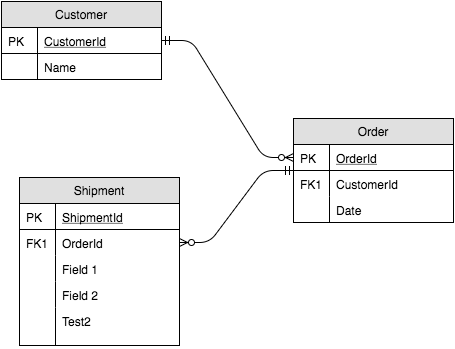
The draw.io diagram images/schema.png in SalvaBi4Group/image, before a commit. Source tidied: cells renumbered, new cells last; positions are measured from the earlier drawing's top-left corner, leaving out a move shared by most shapes.
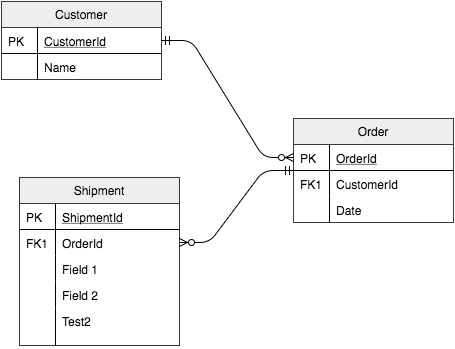
After the change.

Commit message:
Title background color changed

What changed in the source:
```diff
@@ -2,7 +2,7 @@
   <root>
     <mxCell id="0" />
     <mxCell id="1" parent="0" />
-    <mxCell id="2" value="Customer" style="swimlane;fontStyle=0;horizontal=1;startSize=26;fillColor=#e0e0e0;swimlaneFillColor=#ffffff;rounded=0;shadow=0;strokeWidth=1;" parent="1" vertex="1">
+    <mxCell id="2" value="Customer" style="swimlane;fontStyle=0;horizontal=1;startSize=26;fillColor=#eeeeee;swimlaneFillColor=#ffffff;rounded=0;shadow=0;strokeWidth=1;strokeColor=#36393d;" parent="1" vertex="1">
       <mxGeometry width="160" height="78" as="geometry" />
     </mxCell>
     <mxCell id="3" value="CustomerId" style="shape=partialRectangle;top=0;left=0;right=0;bottom=1;align=left;verticalAlign=top;fillColor=none;spacingLeft=40;spacingRight=4;overflow=hidden;points=[[0,0.5],[1,0.5]];portConstraint=eastwest;rounded=0;shadow=0;strokeWidth=1;fontStyle=4;" parent="2" vertex="1">
@@ -17,7 +17,7 @@
     <mxCell id="6" style="shape=partialRectangle;top=0;left=0;bottom=0;fillColor=none;align=left;verticalAlign=top;spacingLeft=4;spacingRight=4;overflow=hidden;" parent="5" vertex="1">
       <mxGeometry width="36" height="26" as="geometry" />
     </mxCell>
-    <mxCell id="7" value="Order" style="swimlane;fontStyle=0;horizontal=1;startSize=26;fillColor=#e0e0e0;swimlaneFillColor=#ffffff;rounded=0;shadow=0;strokeWidth=1;strokeColor=#000000;" parent="1" vertex="1">
+    <mxCell id="7" value="Order" style="swimlane;fontStyle=0;horizontal=1;startSize=26;fillColor=#eeeeee;swimlaneFillColor=#ffffff;rounded=0;shadow=0;strokeWidth=1;strokeColor=#36393d;" parent="1" vertex="1">
       <mxGeometry x="292" y="117" width="160" height="104" as="geometry" />
     </mxCell>
     <mxCell id="8" value="OrderId" style="shape=partialRectangle;top=0;left=0;right=0;bottom=1;align=left;verticalAlign=top;fillColor=none;spacingLeft=40;spacingRight=4;overflow=hidden;points=[[0,0.5],[1,0.5]];portConstraint=eastwest;rounded=0;shadow=0;strokeWidth=1;fontStyle=4;" parent="7" vertex="1">
@@ -41,7 +41,7 @@
     <mxCell id="14" style="edgeStyle=entityRelationEdgeStyle;endArrow=ERzeroToMany;startArrow=ERmandOne;shadow=0;strokeWidth=1;" parent="1" edge="1" source="3" target="8">
       <mxGeometry relative="1" as="geometry" />
     </mxCell>
-    <mxCell id="15" value="Shipment" style="swimlane;fontStyle=0;horizontal=1;startSize=26;fillColor=#e0e0e0;swimlaneFillColor=#ffffff;rounded=0;shadow=0;strokeWidth=1;" parent="1" vertex="1">
+    <mxCell id="15" value="Shipment" style="swimlane;fontStyle=0;horizontal=1;startSize=26;fillColor=#eeeeee;swimlaneFillColor=#ffffff;rounded=0;shadow=0;strokeWidth=1;strokeColor=#36393d;" parent="1" vertex="1">
       <mxGeometry x="18" y="176" width="160" height="168" as="geometry" />
     </mxCell>
     <mxCell id="16" value="ShipmentId" style="shape=partialRectangle;top=0;left=0;right=0;bottom=1;align=left;verticalAlign=top;fillColor=none;spacingLeft=40;spacingRight=4;overflow=hidden;rounded=0;shadow=0;strokeWidth=1;fontStyle=4;" parent="15" vertex="1">
```
